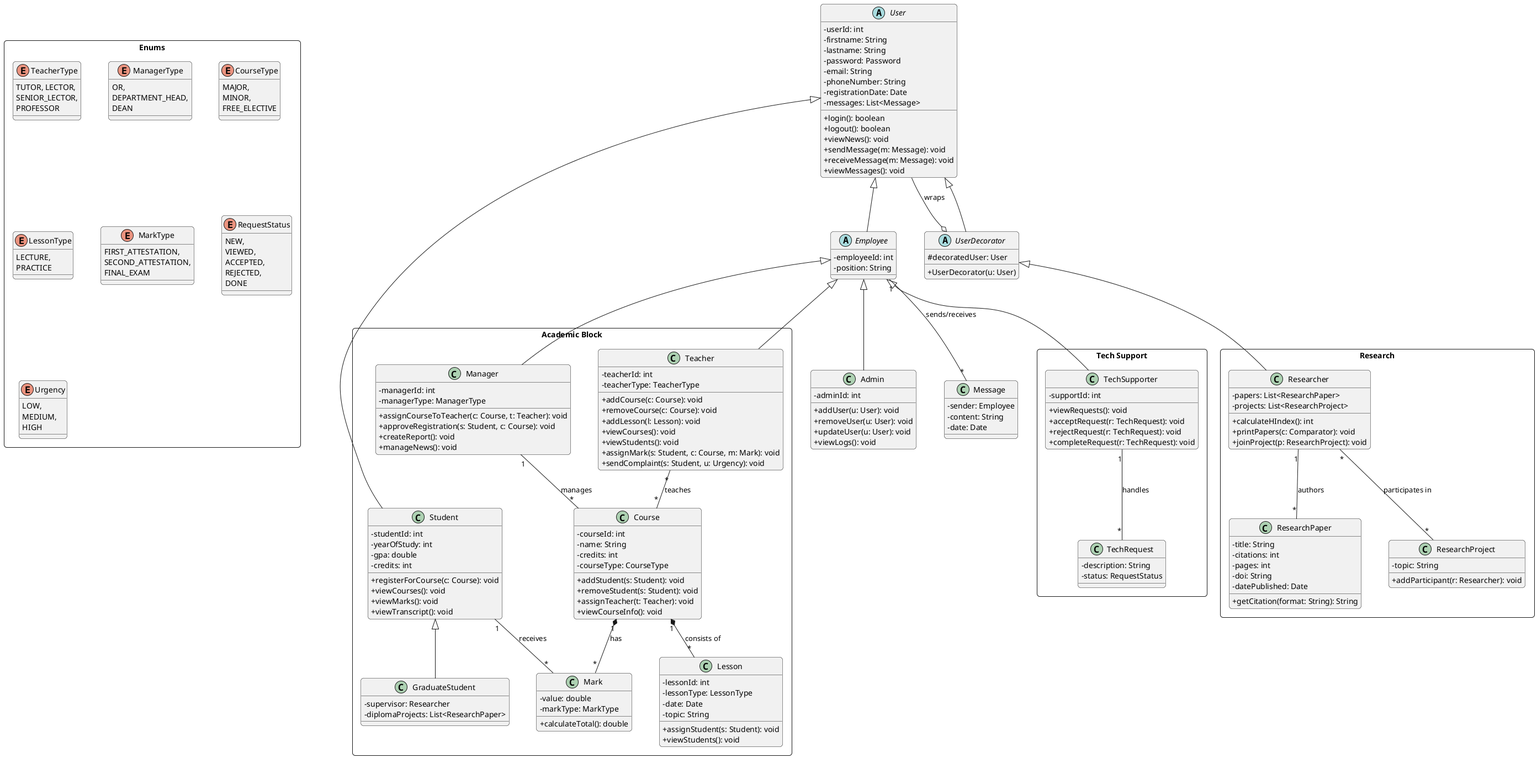
Above: PartA/image/classDiagram.png in ofeerist/uni-crm-oop (PlantUML), before the change.
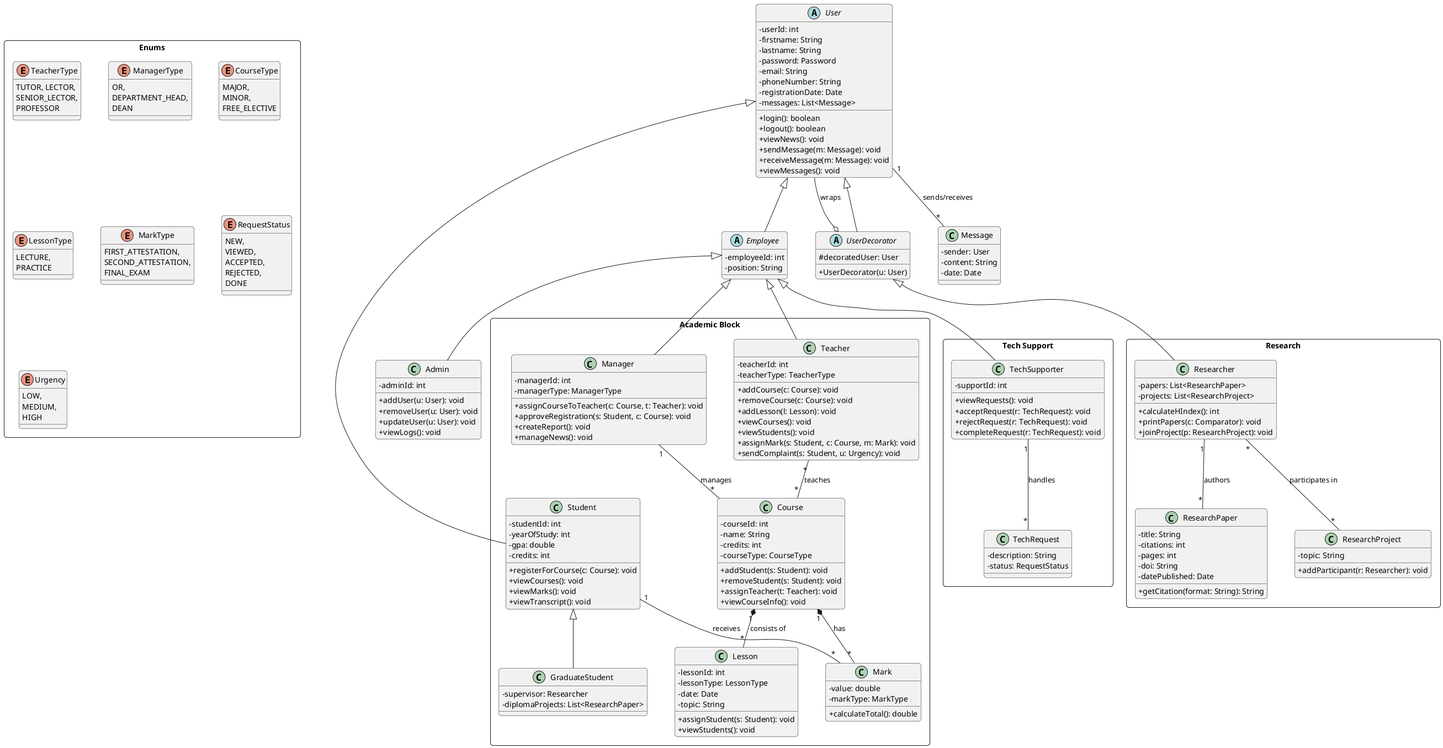
Above is the later version.

Commit message:
Replace message

What changed in the source:
```diff
@@ -164,7 +164,7 @@
 }
 
 class Message {
-    - sender: Employee
+    - sender: User
     - content: String
     - date: Date
 }
@@ -212,7 +212,7 @@
 Course "1" *-- "*" Lesson : "consists of"
 Teacher "*" -- "*" Course : "teaches"
 Manager "1" -- "*" Course : "manages"
-Employee "1" -- "*" Message : "sends/receives"
+User "1" -- "*" Message : "sends/receives"
 TechSupporter "1" -- "*" TechRequest : "handles"
 
 Researcher "1" -- "*" ResearchPaper : "authors"
```
